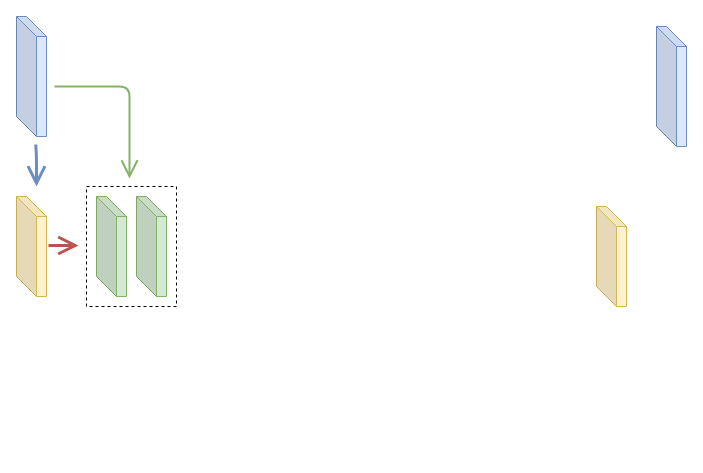
Earlier version of the draw.io diagram Untitled Diagram.drawio (zepherusqin/zepherusqin.github.io). Source tidied: cells renumbered, new cells numbered last; positions are measured from the earlier drawing's top-left corner, leaving out a move shared by most shapes. Both pictures are drawn from the tidied source at 100%, with x=0, y=0 at pixel (16, 16).
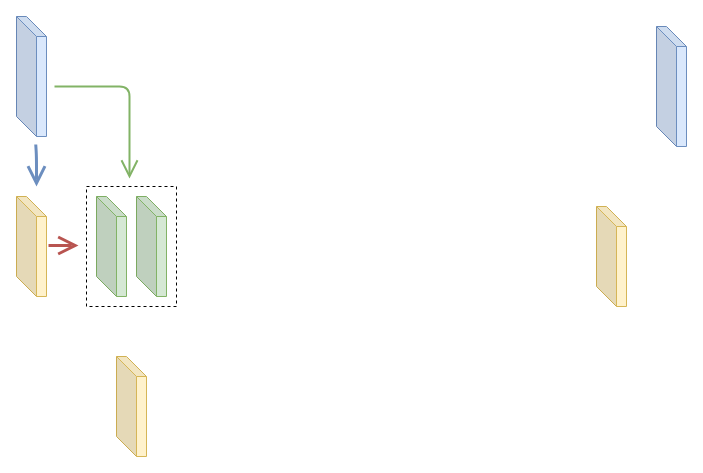
Above is the later version.

Diff of the diagram source:
```diff
@@
 <mxGraphModel>
   <root>
     <mxCell id="0" />
     <mxCell id="1" parent="0" />
     <mxCell id="2" style="edgeStyle=none;rounded=1;orthogonalLoop=1;jettySize=auto;html=1;endArrow=open;startSize=14;endSize=14;sourcePerimeterSpacing=8;targetPerimeterSpacing=8;strokeColor=#82b366;fillColor=#d5e8d4;strokeWidth=2;" parent="1" edge="1">
       <mxGeometry relative="1" as="geometry">
         <mxPoint x="38" y="70" as="sourcePoint" />
         <mxPoint x="113" y="162" as="targetPoint" />
         <Array as="points">
           <mxPoint x="113" y="70" />
         </Array>
       </mxGeometry>
     </mxCell>
     <mxCell id="3" style="edgeStyle=none;rounded=1;jettySize=auto;html=1;endArrow=open;startSize=14;endSize=14;sourcePerimeterSpacing=8;targetPerimeterSpacing=8;strokeColor=#6c8ebf;fillColor=#dae8fc;strokeWidth=3;" parent="1" edge="1" source="4">
       <mxGeometry relative="1" as="geometry">
         <mxPoint x="20" y="170" as="targetPoint" />
         <Array as="points">
           <mxPoint x="20" y="140" />
         </Array>
       </mxGeometry>
     </mxCell>
     <mxCell id="4" style="shape=cube;whiteSpace=wrap;html=1;boundedLbl=1;backgroundOutline=1;darkOpacity=0.05;darkOpacity2=0.1;fillColor=#dae8fc;strokeColor=#6c8ebf;" parent="1" vertex="1">
       <mxGeometry width="30" height="120" as="geometry" />
     </mxCell>
     <mxCell id="5" style="edgeStyle=none;rounded=1;jettySize=auto;html=1;endArrow=open;startSize=14;endSize=14;sourcePerimeterSpacing=8;targetPerimeterSpacing=8;strokeColor=#b85450;strokeWidth=3;fillColor=#f8cecc;exitX=1.067;exitY=0.49;exitDx=0;exitDy=0;exitPerimeter=0;" parent="1" edge="1" source="6">
       <mxGeometry relative="1" as="geometry">
         <mxPoint x="62" y="229" as="targetPoint" />
       </mxGeometry>
     </mxCell>
     <mxCell id="6" style="shape=cube;whiteSpace=wrap;html=1;boundedLbl=1;backgroundOutline=1;darkOpacity=0.05;darkOpacity2=0.1;fillColor=#fff2cc;strokeColor=#d6b656;" parent="1" vertex="1">
       <mxGeometry y="180" width="30" height="100" as="geometry" />
     </mxCell>
     <mxCell id="7" style="shape=cube;whiteSpace=wrap;html=1;boundedLbl=1;backgroundOutline=1;darkOpacity=0.05;darkOpacity2=0.1;fillColor=#dae8fc;strokeColor=#6c8ebf;" parent="1" vertex="1">
       <mxGeometry x="640" y="10" width="30" height="120" as="geometry" />
     </mxCell>
     <mxCell id="8" style="shape=cube;whiteSpace=wrap;html=1;boundedLbl=1;backgroundOutline=1;darkOpacity=0.05;darkOpacity2=0.1;fillColor=#fff2cc;strokeColor=#d6b656;" parent="1" vertex="1">
       <mxGeometry x="580" y="190" width="30" height="100" as="geometry" />
     </mxCell>
     <mxCell id="9" style="shape=cube;whiteSpace=wrap;html=1;boundedLbl=1;backgroundOutline=1;darkOpacity=0.05;darkOpacity2=0.1;fillColor=#d5e8d4;strokeColor=#82b366;" parent="1" vertex="1">
       <mxGeometry x="80" y="180" width="30" height="100" as="geometry" />
     </mxCell>
     <mxCell id="10" style="shape=cube;whiteSpace=wrap;html=1;boundedLbl=1;backgroundOutline=1;darkOpacity=0.05;darkOpacity2=0.1;fillColor=#d5e8d4;strokeColor=#82b366;" parent="1" vertex="1">
       <mxGeometry x="120" y="180" width="30" height="100" as="geometry" />
     </mxCell>
     <mxCell id="11" style="rounded=0;whiteSpace=wrap;html=1;hachureGap=4;shadow=0;glass=0;sketch=0;fillStyle=auto;fillColor=none;dashed=1;" parent="1" vertex="1">
       <mxGeometry x="70" y="170" width="90" height="120" as="geometry" />
     </mxCell>
+    <mxCell id="12" style="shape=cube;whiteSpace=wrap;html=1;boundedLbl=1;backgroundOutline=1;darkOpacity=0.05;darkOpacity2=0.1;fillColor=#fff2cc;strokeColor=#d6b656;" parent="1" vertex="1">
+      <mxGeometry x="100" y="340" width="30" height="100" as="geometry" />
+    </mxCell>
   </root>
 </mxGraphModel>
```
